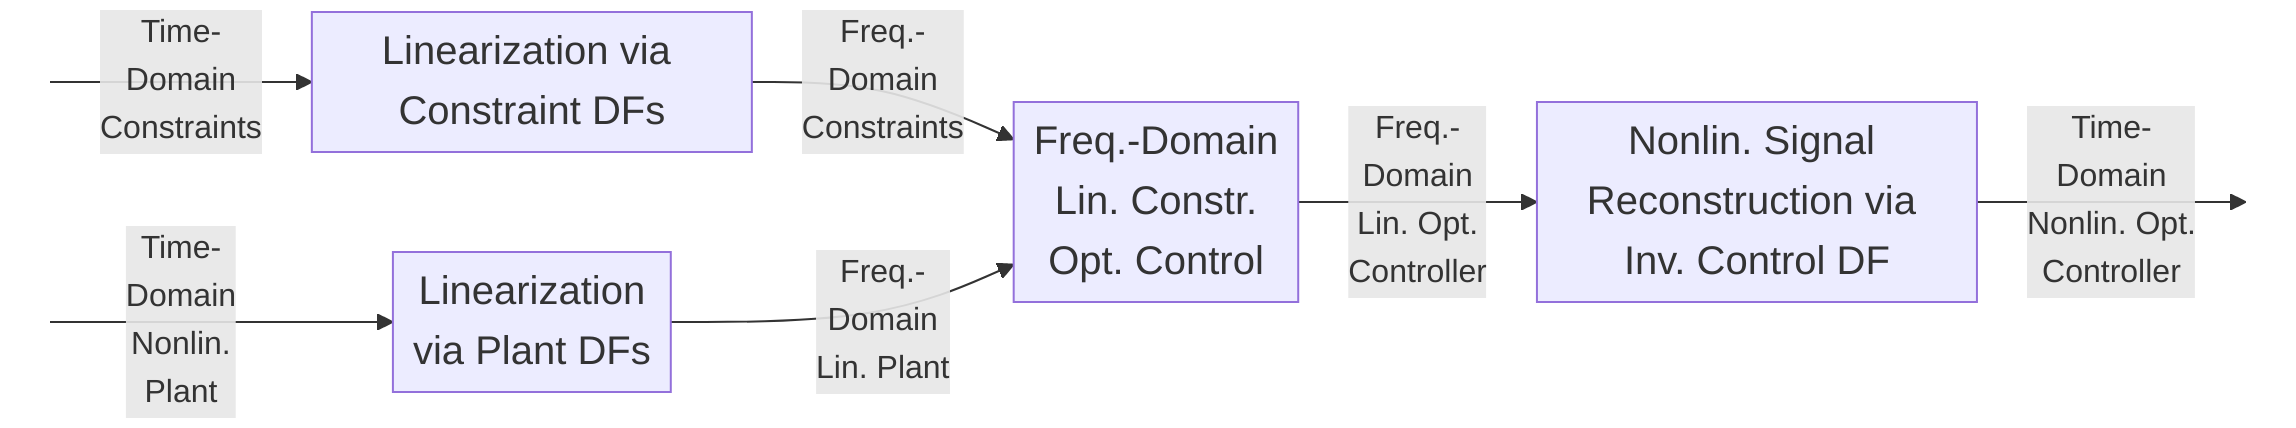
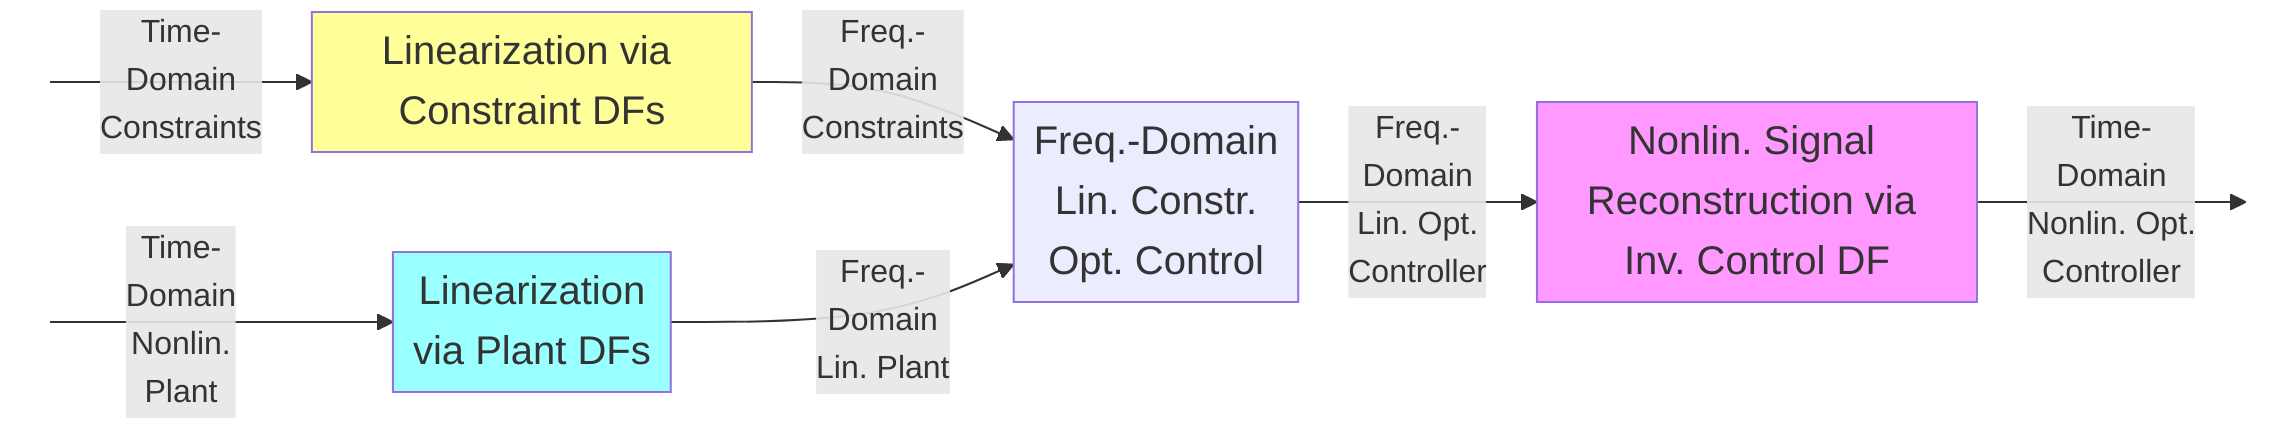
%%{init: {'flowchart': { 'padding': 5 , 'diagramPadding': 5 , 'useMaxWidth': false} }}%%
flowchart LR
    N[ ] --> |Time-<br />Domain <br />Constraints|M
    M[Linearization via Constraint DFs] --> |Freq.-<br />Domain <br />Constraints|C
    A[ ] --> |Time-<br />Domain <br />Nonlin. <br />Plant|B[Linearization <br />via Plant DFs]
    B -->|Freq.-<br />Domain <br />Lin. Plant| C[Freq.-Domain<br />Lin. Constr. <br />Opt. Control]
    C -->|Freq.-<br />Domain <br />Lin. Opt. <br />Controller| E[Nonlin. Signal Reconstruction via <br />Inv. Control DF]
    E -->|Time-<br />Domain <br />Nonlin. Opt. <br />Controller| F[" "]

    classDef hidden fill:transparent,stroke:transparent,color:transparent;
    class A,N,F hidden;
    classDef bigFont font-size:20px
-     class M,C,B,E bigFont+     class M,C,B,E bigFont
+ 
+     classDef controller fill:#f9f
+     class E controller
+     classDef plant fill:#9ff
+     class B plant
+     classDef response fill:#ff9
+     class M response